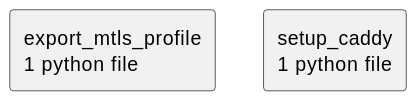
Earlier version of the PlantUML export docs/diagrams/python-packages.puml.svg (casonk/wiring-harness).
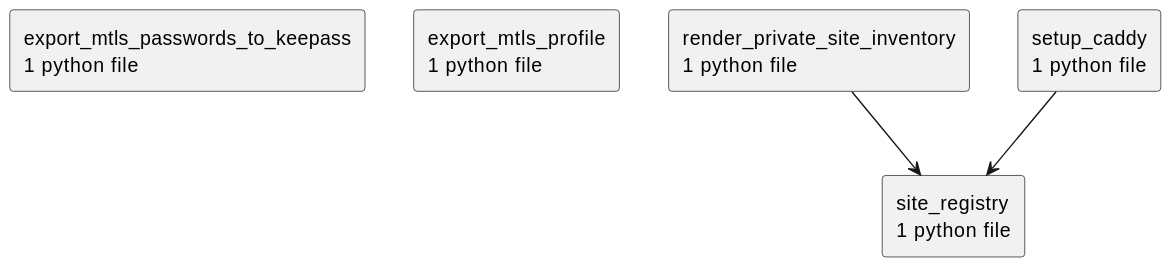
After the change.

The edit, as a diff of the source:
```diff
@@ -2,6 +2,11 @@
 set namespaceSeparator none
 top to bottom direction
 skinparam componentStyle rectangle
+rectangle "export_mtls_passwords_to_keepass\n1 python file" as export_mtls_passwords_to_keepass
 rectangle "export_mtls_profile\n1 python file" as export_mtls_profile
+rectangle "render_private_site_inventory\n1 python file" as render_private_site_inventory
 rectangle "setup_caddy\n1 python file" as setup_caddy
+rectangle "site_registry\n1 python file" as site_registry
+render_private_site_inventory --> site_registry
+setup_caddy --> site_registry
 @enduml
```
